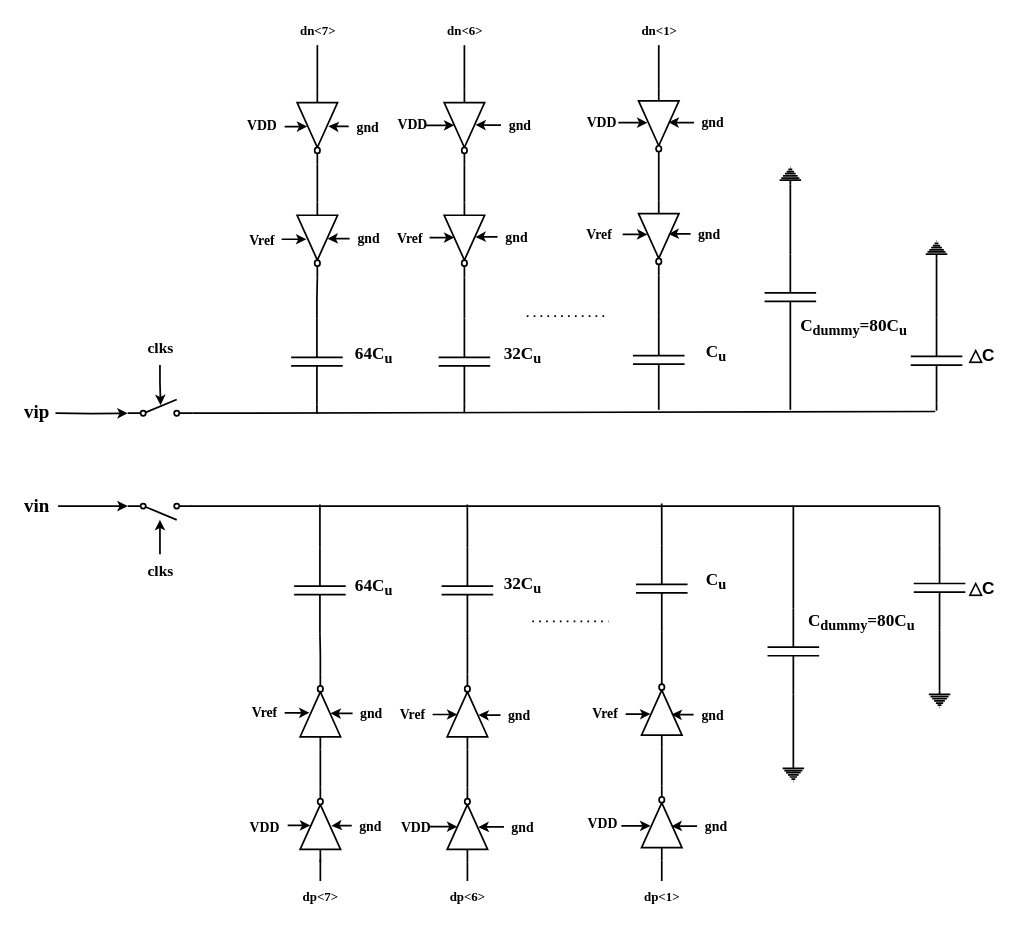
This is cdac.drawio from w1213ph/draw.io, a draw.io file, before an edit. Source tidied: cells renumbered, new cells numbered last; positions are measured from the earlier drawing's top-left corner, leaving out a move shared by most shapes. Both pictures are drawn from the tidied source at 86%, with x=0, y=0 at pixel (15, 15).
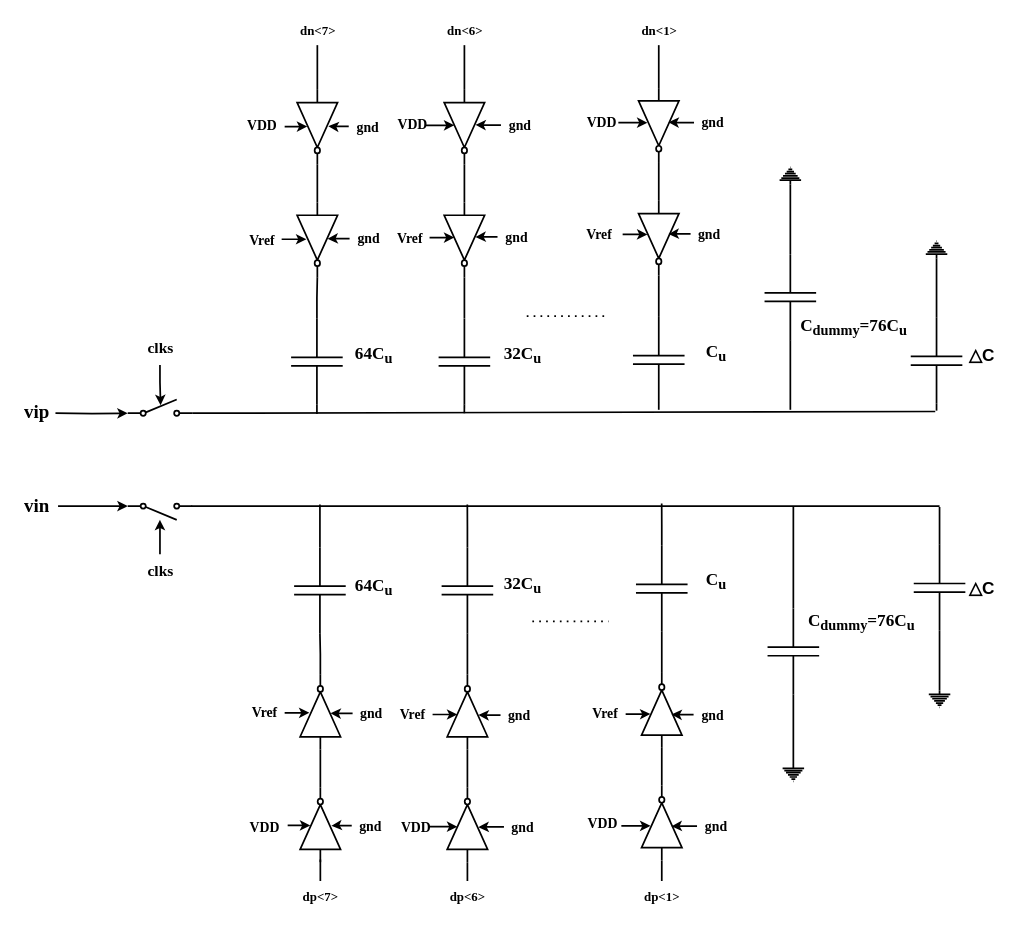
The same page after the edit.

Diff of the diagram source:
```diff
@@
-    <mxCell id="124" value="C&lt;sub&gt;dummy&lt;/sub&gt;=80C&lt;sub&gt;u&lt;/sub&gt;" style="text;html=1;align=center;verticalAlign=middle;strokeColor=none;fillColor=none;fontFamily=Times New Roman;fontStyle=1;fontSize=20;strokeWidth=2;" parent="1" vertex="1">
+    <mxCell id="124" value="C&lt;sub&gt;dummy&lt;/sub&gt;=76C&lt;sub&gt;u&lt;/sub&gt;" style="text;html=1;align=center;verticalAlign=middle;strokeColor=none;fillColor=none;fontFamily=Times New Roman;fontStyle=1;fontSize=20;strokeWidth=2;" parent="1" vertex="1">
       <mxGeometry x="914" y="683" width="140" height="45" as="geometry" />
     </mxCell>
-    <mxCell id="125" value="C&lt;sub&gt;dummy&lt;/sub&gt;=80C&lt;sub&gt;u&lt;/sub&gt;" style="text;html=1;align=center;verticalAlign=middle;strokeColor=none;fillColor=none;fontFamily=Times New Roman;fontStyle=1;fontSize=20;strokeWidth=2;" parent="1" vertex="1">
+    <mxCell id="125" value="C&lt;sub&gt;dummy&lt;/sub&gt;=76C&lt;sub&gt;u&lt;/sub&gt;" style="text;html=1;align=center;verticalAlign=middle;strokeColor=none;fillColor=none;fontFamily=Times New Roman;fontStyle=1;fontSize=20;strokeWidth=2;" parent="1" vertex="1">
       <mxGeometry x="905" y="340" width="140" height="45" as="geometry" />
     </mxCell>
```
